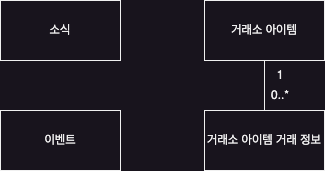
Before: image/entity.png, a diagram exported from draw.io (soccat96/loa-trade-life). Source tidied: cells renumbered, new cells last; positions are measured from the earlier drawing's top-left corner, leaving out a move shared by most shapes.
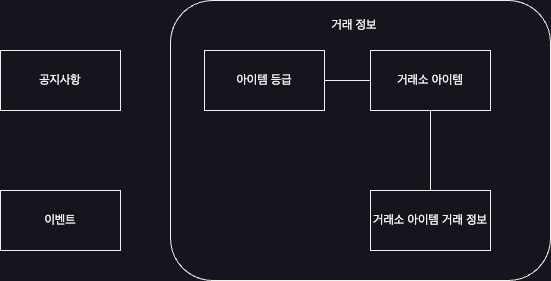
After the change.

Change to the diagram source:
```diff
@@ -2,26 +2,32 @@
   <root>
     <mxCell id="0" />
     <mxCell id="1" parent="0" />
+    <mxCell id="9" style="rounded=1;whiteSpace=wrap;html=1;" parent="1" vertex="1">
+      <mxGeometry x="170" y="-10" width="380" height="280" as="geometry" />
+    </mxCell>
-    <mxCell id="2" value="소식" style="rounded=0;whiteSpace=wrap;html=1;" parent="1" vertex="1">
-      <mxGeometry width="120" height="60" as="geometry" />
+    <mxCell id="2" value="공지사항" style="rounded=0;whiteSpace=wrap;html=1;" parent="1" vertex="1">
+      <mxGeometry y="40" width="120" height="60" as="geometry" />
     </mxCell>
     <mxCell id="3" value="이벤트" style="rounded=0;whiteSpace=wrap;html=1;" parent="1" vertex="1">
-      <mxGeometry y="110" width="120" height="60" as="geometry" />
+      <mxGeometry y="180" width="120" height="60" as="geometry" />
     </mxCell>
     <mxCell id="4" value="거래소 아이템" style="rounded=0;whiteSpace=wrap;html=1;" parent="1" vertex="1">
-      <mxGeometry x="204" width="120" height="60" as="geometry" />
+      <mxGeometry x="370" y="40" width="120" height="60" as="geometry" />
     </mxCell>
     <mxCell id="5" value="거래소 아이템 거래 정보" style="rounded=0;whiteSpace=wrap;html=1;" parent="1" vertex="1">
-      <mxGeometry x="204" y="110" width="120" height="60" as="geometry" />
+      <mxGeometry x="370" y="180" width="120" height="60" as="geometry" />
     </mxCell>
-    <mxCell id="6" value="1" style="text;html=1;strokeColor=none;fillColor=none;align=center;verticalAlign=middle;whiteSpace=wrap;rounded=0;" parent="1" vertex="1">
-      <mxGeometry x="250" y="60" width="60" height="30" as="geometry" />
-    </mxCell>
-    <mxCell id="7" value="0..*" style="text;html=1;strokeColor=none;fillColor=none;align=center;verticalAlign=middle;whiteSpace=wrap;rounded=0;" parent="1" vertex="1">
-      <mxGeometry x="250" y="80" width="60" height="30" as="geometry" />
-    </mxCell>
     <mxCell id="8" style="endArrow=none;html=1;rounded=0;" parent="1" edge="1" source="5" target="4">
       <mxGeometry relative="1" as="geometry" />
     </mxCell>
+    <mxCell id="10" value="거래 정보" style="text;html=1;strokeColor=none;fillColor=none;align=center;verticalAlign=middle;whiteSpace=wrap;rounded=0;" parent="1" vertex="1">
+      <mxGeometry x="324" width="60" height="30" as="geometry" />
+    </mxCell>
+    <mxCell id="11" value="아이템 등급" style="rounded=0;whiteSpace=wrap;html=1;" parent="1" vertex="1">
+      <mxGeometry x="204" y="40" width="120" height="60" as="geometry" />
+    </mxCell>
+    <mxCell id="12" style="endArrow=none;html=1;rounded=0;entryX=1;entryY=0.5;entryDx=0;entryDy=0;exitX=0;exitY=0.5;exitDx=0;exitDy=0;" parent="1" edge="1" source="4" target="11">
+      <mxGeometry relative="1" as="geometry" />
+    </mxCell>
   </root>
 </mxGraphModel>
```
